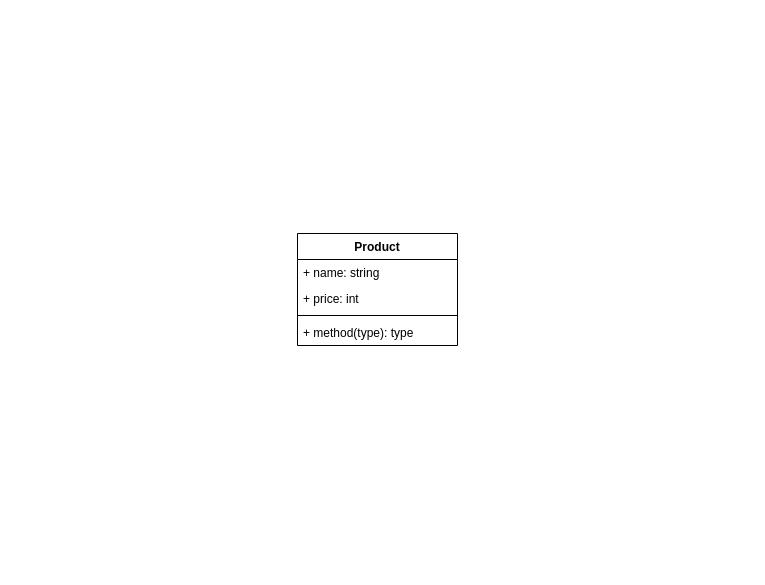
This is page "Page-3" (3 of 3) of SVU hw.drawio from anaslaham/AlanWalker, a draw.io file, before an edit. Source tidied: cells renumbered, new cells numbered last; positions are measured from the earlier drawing's top-left corner, leaving out a move shared by most shapes. Both pictures are drawn from the tidied source at 100%, with x=0, y=0 at pixel (297, 233).
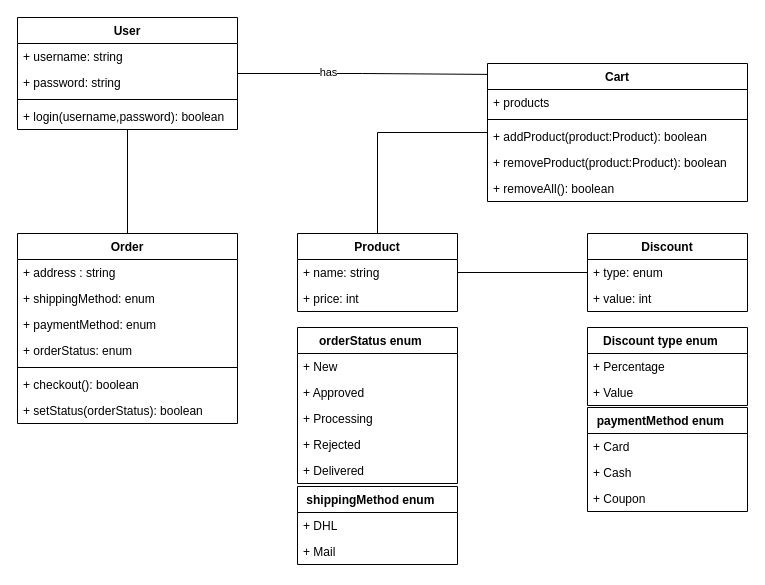
The same diagram, later.

The change refers to these unchanged cells:
```xml
<mxCell id="3" value="+ name: string" style="text;strokeColor=none;fillColor=none;align=left;verticalAlign=top;spacingLeft=4;spacingRight=4;overflow=hidden;points=[[0,0.5],[1,0.5]];portConstraint=eastwest;" parent="2" vertex="1">
  <mxGeometry y="26" width="160" height="26" as="geometry" />
</mxCell>
```

What changed in the source:
```diff
@@
     <mxCell id="2" value="Product" style="swimlane;fontStyle=1;align=center;verticalAlign=top;horizontal=1;startSize=26;" parent="1" vertex="1">
-      <mxGeometry width="160" height="112" as="geometry" />
+      <mxGeometry width="160" height="78" as="geometry" />
     </mxCell>
@@
-    <mxCell id="5" style="line;strokeWidth=1;fillColor=none;align=left;verticalAlign=middle;spacingTop=-1;spacingLeft=3;spacingRight=3;labelPosition=right;strokeColor=inherit;" parent="2" vertex="1">
-      <mxGeometry y="78" width="160" height="8" as="geometry" />
-    </mxCell>
-    <mxCell id="6" value="+ method(type): type" style="text;strokeColor=none;fillColor=none;align=left;verticalAlign=top;spacingLeft=4;spacingRight=4;overflow=hidden;" parent="2" vertex="1">
-      <mxGeometry y="86" width="160" height="26" as="geometry" />
-    </mxCell>
+    <mxCell id="7" value="orderStatus enum    " style="swimlane;fontStyle=1;align=center;verticalAlign=top;horizontal=1;startSize=26;" parent="1" vertex="1">
+      <mxGeometry y="94" width="160" height="156" as="geometry" />
+    </mxCell>
+    <mxCell id="8" value="+ New" style="text;strokeColor=none;fillColor=none;align=left;verticalAlign=top;spacingLeft=4;spacingRight=4;overflow=hidden;" parent="7" vertex="1">
+      <mxGeometry y="26" width="160" height="26" as="geometry" />
+    </mxCell>
+    <mxCell id="9" value="+ Approved" style="text;strokeColor=none;fillColor=none;align=left;verticalAlign=top;spacingLeft=4;spacingRight=4;overflow=hidden;" parent="7" vertex="1">
+      <mxGeometry y="52" width="160" height="26" as="geometry" />
+    </mxCell>
+    <mxCell id="10" value="+ Processing" style="text;strokeColor=none;fillColor=none;align=left;verticalAlign=top;spacingLeft=4;spacingRight=4;overflow=hidden;" parent="7" vertex="1">
+      <mxGeometry y="78" width="160" height="26" as="geometry" />
+    </mxCell>
+    <mxCell id="11" value="+ Rejected" style="text;strokeColor=none;fillColor=none;align=left;verticalAlign=top;spacingLeft=4;spacingRight=4;overflow=hidden;" parent="7" vertex="1">
+      <mxGeometry y="104" width="160" height="26" as="geometry" />
+    </mxCell>
+    <mxCell id="12" value="+ Delivered" style="text;strokeColor=none;fillColor=none;align=left;verticalAlign=top;spacingLeft=4;spacingRight=4;overflow=hidden;" parent="7" vertex="1">
+      <mxGeometry y="130" width="160" height="26" as="geometry" />
+    </mxCell>
+    <mxCell id="13" style="edgeStyle=orthogonalEdgeStyle;rounded=0;jettySize=auto;html=1;entryX=0;entryY=0.079;entryDx=0;entryDy=0;entryPerimeter=0;endArrow=none;endFill=0;" parent="1" edge="1" source="16" target="22">
+      <mxGeometry relative="1" as="geometry" />
+    </mxCell>
+    <mxCell id="14" value="has" style="edgeLabel;html=1;align=center;verticalAlign=middle;" parent="13" vertex="1">
+      <mxGeometry x="-0.28" y="2" relative="1" as="geometry" />
+    </mxCell>
+    <mxCell id="15" style="edgeStyle=orthogonalEdgeStyle;rounded=0;jettySize=auto;html=1;entryX=0.5;entryY=0;entryDx=0;entryDy=0;endArrow=none;endFill=0;" parent="1" edge="1" source="16" target="28">
+      <mxGeometry relative="1" as="geometry" />
+    </mxCell>
+    <mxCell id="16" value="User" style="swimlane;fontStyle=1;align=center;verticalAlign=top;horizontal=1;startSize=26;" parent="1" vertex="1">
+      <mxGeometry x="-280" y="-216" width="220" height="112" as="geometry" />
+    </mxCell>
+    <mxCell id="17" value="+ username: string" style="text;strokeColor=none;fillColor=none;align=left;verticalAlign=top;spacingLeft=4;spacingRight=4;overflow=hidden;" parent="16" vertex="1">
+      <mxGeometry y="26" width="220" height="26" as="geometry" />
+    </mxCell>
+    <mxCell id="18" value="+ password: string" style="text;strokeColor=none;fillColor=none;align=left;verticalAlign=top;spacingLeft=4;spacingRight=4;overflow=hidden;" parent="16" vertex="1">
+      <mxGeometry y="52" width="220" height="26" as="geometry" />
+    </mxCell>
+    <mxCell id="19" style="line;strokeWidth=1;fillColor=none;align=left;verticalAlign=middle;spacingTop=-1;spacingLeft=3;spacingRight=3;labelPosition=right;strokeColor=inherit;" parent="16" vertex="1">
+      <mxGeometry y="78" width="220" height="8" as="geometry" />
+    </mxCell>
+    <mxCell id="20" value="+ login(username,password): boolean" style="text;strokeColor=none;fillColor=none;align=left;verticalAlign=top;spacingLeft=4;spacingRight=4;overflow=hidden;" parent="16" vertex="1">
+      <mxGeometry y="86" width="220" height="26" as="geometry" />
+    </mxCell>
+    <mxCell id="21" style="edgeStyle=orthogonalEdgeStyle;rounded=0;jettySize=auto;html=1;entryX=0.5;entryY=0;entryDx=0;entryDy=0;endArrow=none;endFill=0;" parent="1" edge="1" source="22" target="2">
+      <mxGeometry relative="1" as="geometry" />
+    </mxCell>
+    <mxCell id="22" value="Cart" style="swimlane;fontStyle=1;align=center;verticalAlign=top;horizontal=1;startSize=26;" parent="1" vertex="1">
+      <mxGeometry x="190" y="-170" width="260" height="138" as="geometry" />
+    </mxCell>
+    <mxCell id="23" value="+ products" style="text;strokeColor=none;fillColor=none;align=left;verticalAlign=top;spacingLeft=4;spacingRight=4;overflow=hidden;" parent="22" vertex="1">
+      <mxGeometry y="26" width="260" height="26" as="geometry" />
+    </mxCell>
+    <mxCell id="24" style="line;strokeWidth=1;fillColor=none;align=left;verticalAlign=middle;spacingTop=-1;spacingLeft=3;spacingRight=3;labelPosition=right;strokeColor=inherit;" parent="22" vertex="1">
+      <mxGeometry y="52" width="260" height="8" as="geometry" />
+    </mxCell>
+    <mxCell id="25" value="+ addProduct(product:Product): boolean" style="text;strokeColor=none;fillColor=none;align=left;verticalAlign=top;spacingLeft=4;spacingRight=4;overflow=hidden;" parent="22" vertex="1">
+      <mxGeometry y="60" width="260" height="26" as="geometry" />
+    </mxCell>
+    <mxCell id="26" value="+ removeProduct(product:Product): boolean" style="text;strokeColor=none;fillColor=none;align=left;verticalAlign=top;spacingLeft=4;spacingRight=4;overflow=hidden;" parent="22" vertex="1">
+      <mxGeometry y="86" width="260" height="26" as="geometry" />
+    </mxCell>
+    <mxCell id="27" value="+ removeAll(): boolean" style="text;strokeColor=none;fillColor=none;align=left;verticalAlign=top;spacingLeft=4;spacingRight=4;overflow=hidden;" parent="22" vertex="1">
+      <mxGeometry y="112" width="260" height="26" as="geometry" />
+    </mxCell>
+    <mxCell id="28" value="Order" style="swimlane;fontStyle=1;align=center;verticalAlign=top;horizontal=1;startSize=26;" parent="1" vertex="1">
+      <mxGeometry x="-280" width="220" height="190" as="geometry" />
+    </mxCell>
+    <mxCell id="29" value="+ address : string" style="text;strokeColor=none;fillColor=none;align=left;verticalAlign=top;spacingLeft=4;spacingRight=4;overflow=hidden;" parent="28" vertex="1">
+      <mxGeometry y="26" width="220" height="26" as="geometry" />
+    </mxCell>
+    <mxCell id="30" value="+ shippingMethod: enum" style="text;strokeColor=none;fillColor=none;align=left;verticalAlign=top;spacingLeft=4;spacingRight=4;overflow=hidden;" parent="28" vertex="1">
+      <mxGeometry y="52" width="220" height="26" as="geometry" />
+    </mxCell>
+    <mxCell id="31" value="+ paymentMethod: enum" style="text;strokeColor=none;fillColor=none;align=left;verticalAlign=top;spacingLeft=4;spacingRight=4;overflow=hidden;" parent="28" vertex="1">
+      <mxGeometry y="78" width="220" height="26" as="geometry" />
+    </mxCell>
+    <mxCell id="32" value="+ orderStatus: enum" style="text;strokeColor=none;fillColor=none;align=left;verticalAlign=top;spacingLeft=4;spacingRight=4;overflow=hidden;" parent="28" vertex="1">
+      <mxGeometry y="104" width="220" height="26" as="geometry" />
+    </mxCell>
+    <mxCell id="33" style="line;strokeWidth=1;fillColor=none;align=left;verticalAlign=middle;spacingTop=-1;spacingLeft=3;spacingRight=3;labelPosition=right;strokeColor=inherit;" parent="28" vertex="1">
+      <mxGeometry y="130" width="220" height="8" as="geometry" />
+    </mxCell>
+    <mxCell id="34" value="+ checkout(): boolean" style="text;strokeColor=none;fillColor=none;align=left;verticalAlign=top;spacingLeft=4;spacingRight=4;overflow=hidden;" parent="28" vertex="1">
+      <mxGeometry y="138" width="220" height="26" as="geometry" />
+    </mxCell>
+    <mxCell id="35" value="+ setStatus(orderStatus): boolean" style="text;strokeColor=none;fillColor=none;align=left;verticalAlign=top;spacingLeft=4;spacingRight=4;overflow=hidden;" parent="28" vertex="1">
+      <mxGeometry y="164" width="220" height="26" as="geometry" />
+    </mxCell>
+    <mxCell id="36" value="paymentMethod enum    " style="swimlane;fontStyle=1;align=center;verticalAlign=top;horizontal=1;startSize=26;" parent="1" vertex="1">
+      <mxGeometry x="290" y="174" width="160" height="104" as="geometry" />
+    </mxCell>
+    <mxCell id="37" value="+ Card" style="text;strokeColor=none;fillColor=none;align=left;verticalAlign=top;spacingLeft=4;spacingRight=4;overflow=hidden;" parent="36" vertex="1">
+      <mxGeometry y="26" width="160" height="26" as="geometry" />
+    </mxCell>
+    <mxCell id="38" value="+ Cash" style="text;strokeColor=none;fillColor=none;align=left;verticalAlign=top;spacingLeft=4;spacingRight=4;overflow=hidden;" parent="36" vertex="1">
+      <mxGeometry y="52" width="160" height="26" as="geometry" />
+    </mxCell>
+    <mxCell id="39" value="+ Coupon" style="text;strokeColor=none;fillColor=none;align=left;verticalAlign=top;spacingLeft=4;spacingRight=4;overflow=hidden;" parent="36" vertex="1">
+      <mxGeometry y="78" width="160" height="26" as="geometry" />
+    </mxCell>
+    <mxCell id="40" value="shippingMethod enum    " style="swimlane;fontStyle=1;align=center;verticalAlign=top;horizontal=1;startSize=26;" parent="1" vertex="1">
+      <mxGeometry y="253" width="160" height="78" as="geometry" />
+    </mxCell>
+    <mxCell id="41" value="+ DHL" style="text;strokeColor=none;fillColor=none;align=left;verticalAlign=top;spacingLeft=4;spacingRight=4;overflow=hidden;" parent="40" vertex="1">
+      <mxGeometry y="26" width="160" height="26" as="geometry" />
+    </mxCell>
+    <mxCell id="42" value="+ Mail" style="text;strokeColor=none;fillColor=none;align=left;verticalAlign=top;spacingLeft=4;spacingRight=4;overflow=hidden;" parent="40" vertex="1">
+      <mxGeometry y="52" width="160" height="26" as="geometry" />
+    </mxCell>
+    <mxCell id="43" value="Discount" style="swimlane;fontStyle=1;align=center;verticalAlign=top;horizontal=1;startSize=26;" parent="1" vertex="1">
+      <mxGeometry x="290" width="160" height="78" as="geometry" />
+    </mxCell>
+    <mxCell id="44" value="+ type: enum" style="text;strokeColor=none;fillColor=none;align=left;verticalAlign=top;spacingLeft=4;spacingRight=4;overflow=hidden;points=[[0,0.5],[1,0.5]];portConstraint=eastwest;" parent="43" vertex="1">
+      <mxGeometry y="26" width="160" height="26" as="geometry" />
+    </mxCell>
+    <mxCell id="45" value="+ value: int" style="text;strokeColor=none;fillColor=none;align=left;verticalAlign=top;spacingLeft=4;spacingRight=4;overflow=hidden;" parent="43" vertex="1">
+      <mxGeometry y="52" width="160" height="26" as="geometry" />
+    </mxCell>
+    <mxCell id="46" style="edgeStyle=orthogonalEdgeStyle;rounded=0;jettySize=auto;html=1;entryX=0;entryY=0.5;entryDx=0;entryDy=0;endArrow=none;endFill=0;" parent="1" edge="1" source="3" target="44">
+      <mxGeometry relative="1" as="geometry" />
+    </mxCell>
+    <mxCell id="47" value="Discount type enum    " style="swimlane;fontStyle=1;align=center;verticalAlign=top;horizontal=1;startSize=26;" parent="1" vertex="1">
+      <mxGeometry x="290" y="94" width="160" height="78" as="geometry" />
+    </mxCell>
+    <mxCell id="48" value="+ Percentage" style="text;strokeColor=none;fillColor=none;align=left;verticalAlign=top;spacingLeft=4;spacingRight=4;overflow=hidden;" parent="47" vertex="1">
+      <mxGeometry y="26" width="160" height="26" as="geometry" />
+    </mxCell>
+    <mxCell id="49" value="+ Value" style="text;strokeColor=none;fillColor=none;align=left;verticalAlign=top;spacingLeft=4;spacingRight=4;overflow=hidden;" parent="47" vertex="1">
+      <mxGeometry y="52" width="160" height="26" as="geometry" />
+    </mxCell>
```
